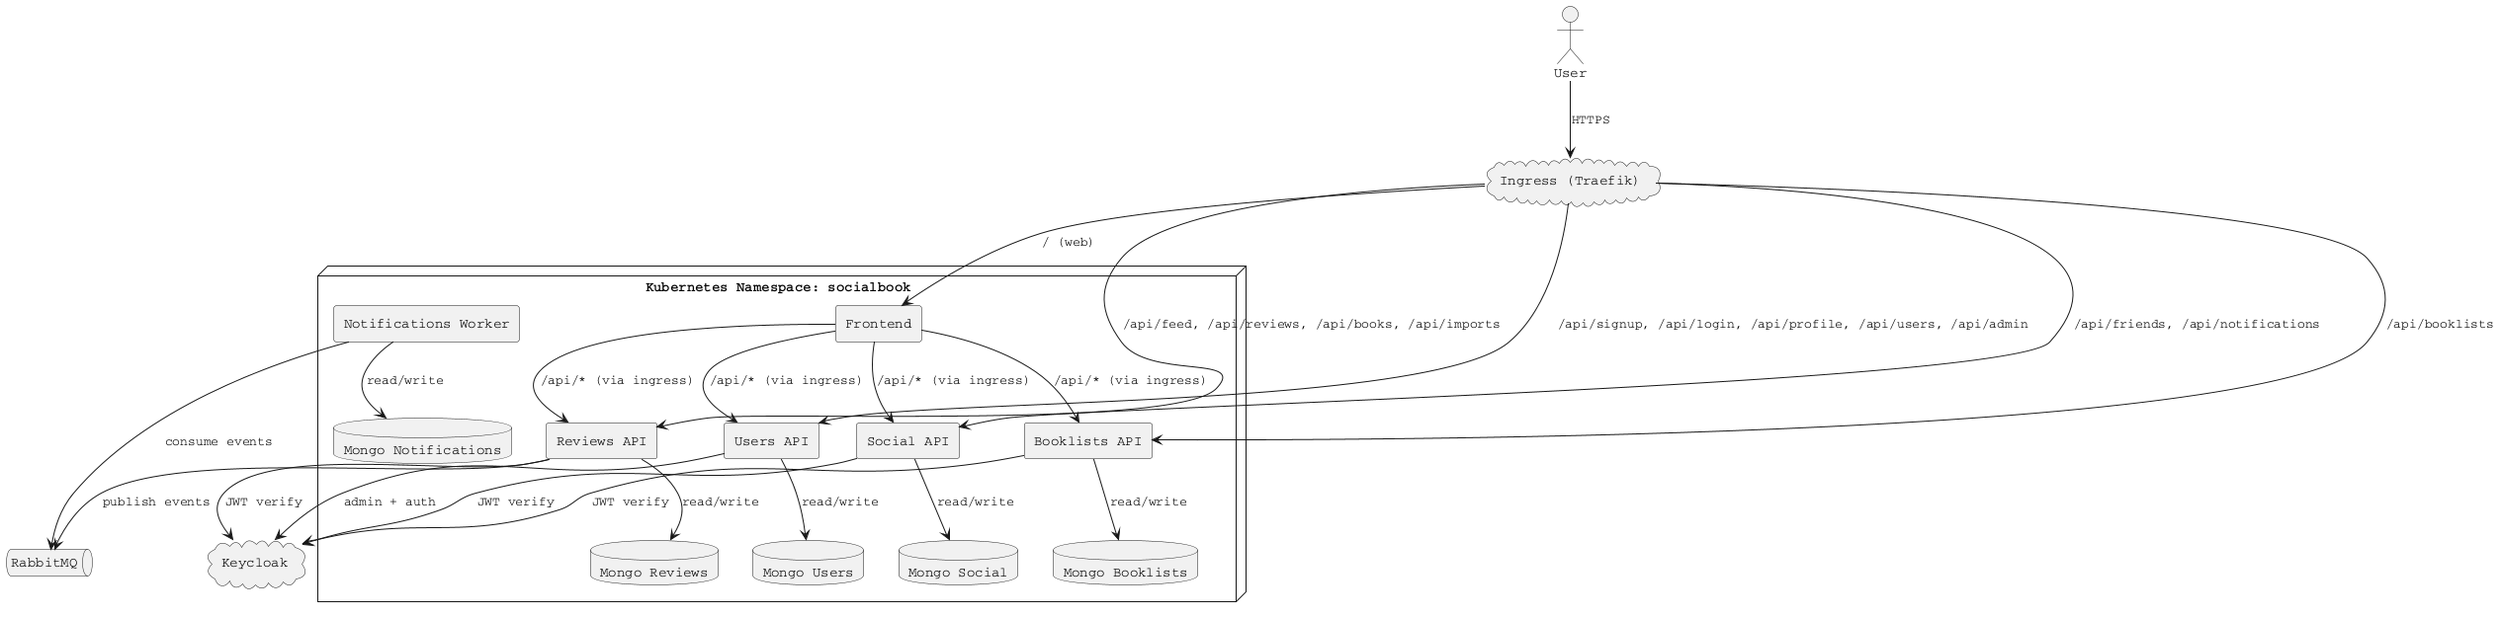
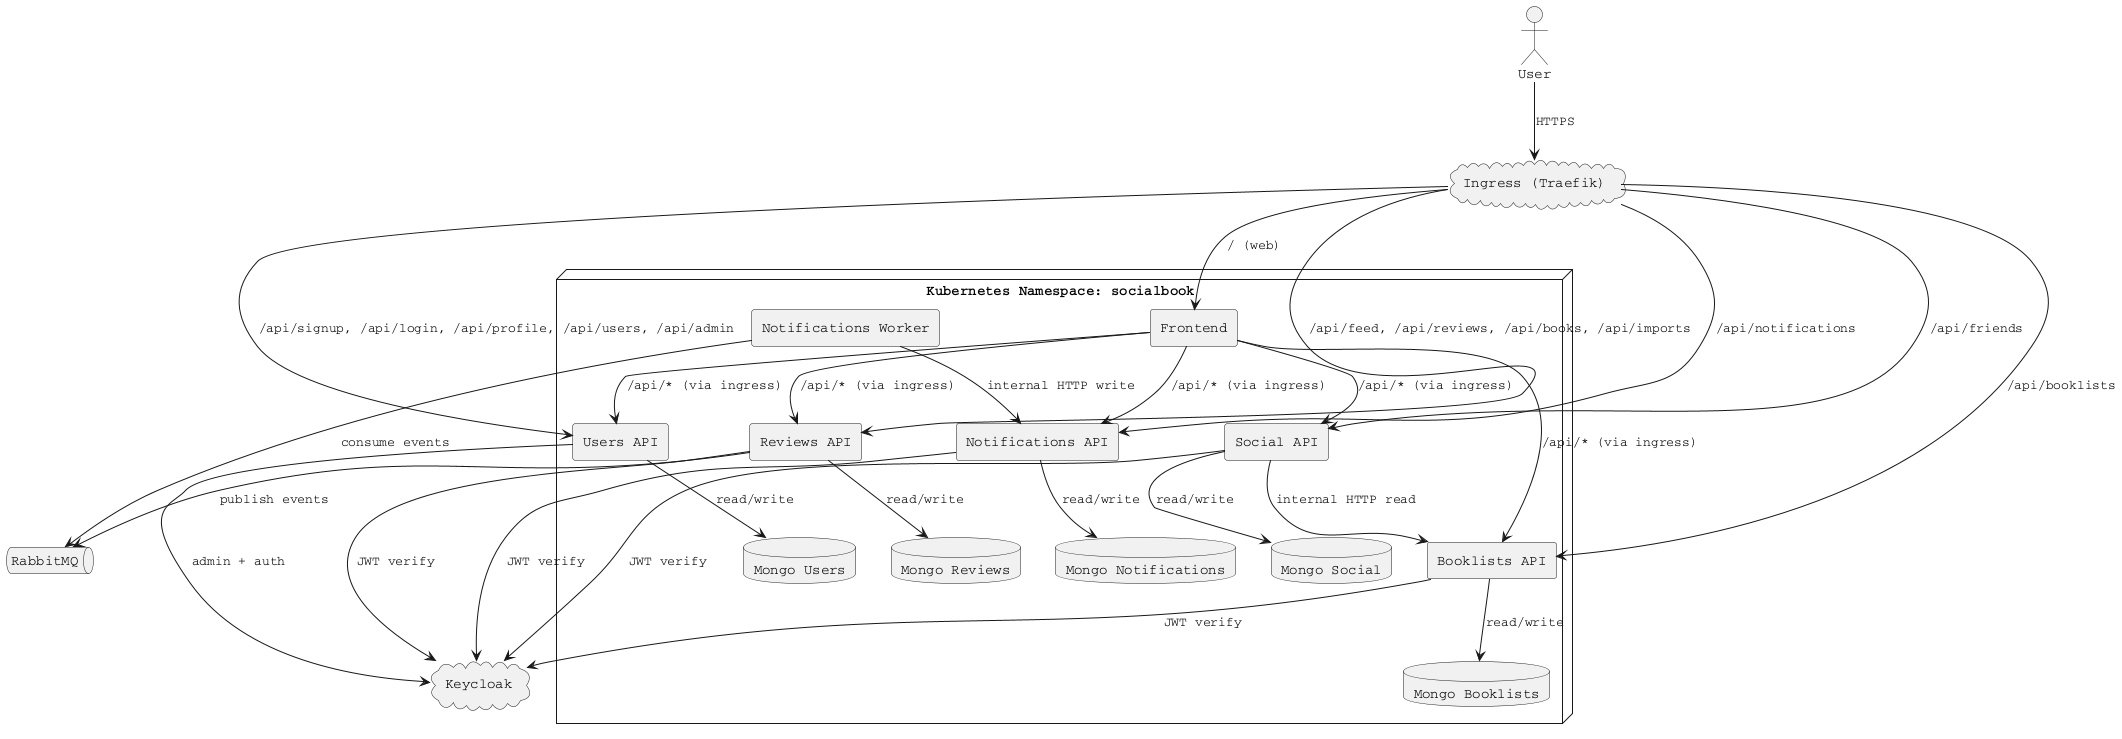
@startuml
skinparam backgroundColor #ffffff
skinparam componentStyle rectangle
skinparam defaultFontName Courier

actor User

cloud "Ingress (Traefik)" as Ingress

node "Kubernetes Namespace: socialbook" {
  component "Frontend" as Frontend
  component "Reviews API" as Reviews
  component "Users API" as Users
  component "Social API" as Social
+   component "Notifications API" as Notifications
  component "Booklists API" as Booklists
  component "Notifications Worker" as Worker

  database "Mongo Reviews" as MongoReviews
  database "Mongo Users" as MongoUsers
  database "Mongo Social" as MongoSocial
  database "Mongo Booklists" as MongoBooklists
  database "Mongo Notifications" as MongoNotifications
}

cloud "Keycloak" as Keycloak
queue "RabbitMQ" as RabbitMQ

User --> Ingress : HTTPS
Ingress --> Frontend : / (web)
Ingress --> Reviews : /api/feed, /api/reviews, /api/books, /api/imports
Ingress --> Users : /api/signup, /api/login, /api/profile, /api/users, /api/admin
- Ingress --> Social : /api/friends, /api/notifications
+ Ingress --> Social : /api/friends
+ Ingress --> Notifications : /api/notifications
Ingress --> Booklists : /api/booklists

Frontend --> Reviews : /api/* (via ingress)
Frontend --> Users : /api/* (via ingress)
Frontend --> Social : /api/* (via ingress)
+ Frontend --> Notifications : /api/* (via ingress)
Frontend --> Booklists : /api/* (via ingress)

Reviews --> MongoReviews : read/write
Users --> MongoUsers : read/write
Social --> MongoSocial : read/write
+ Notifications --> MongoNotifications : read/write
Booklists --> MongoBooklists : read/write
- Worker --> MongoNotifications : read/write

Reviews --> RabbitMQ : publish events
Worker --> RabbitMQ : consume events
+ Worker --> Notifications : internal HTTP write
+ 
+ Social --> Booklists : internal HTTP read

Users --> Keycloak : admin + auth
Reviews --> Keycloak : JWT verify
Social --> Keycloak : JWT verify
+ Notifications --> Keycloak : JWT verify
Booklists --> Keycloak : JWT verify

@enduml
